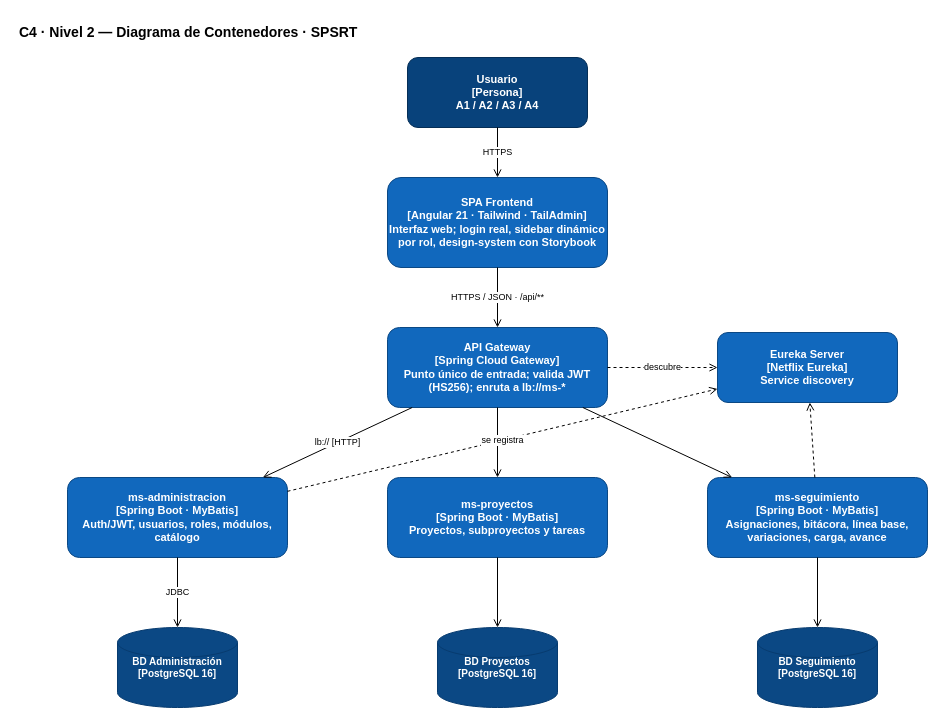
Earlier version of the draw.io diagram page "2. Contenedores" (2 of 7) of Docs/C4_Model/SPSRT_C4.drawio (tfm-missi-2026/orquestacion). Source tidied: cells renumbered, new cells numbered last; positions are measured from the earlier drawing's top-left corner, leaving out a move shared by most shapes. Both pictures are drawn from the tidied source at 100%, with x=0, y=0 at pixel (17, 17).
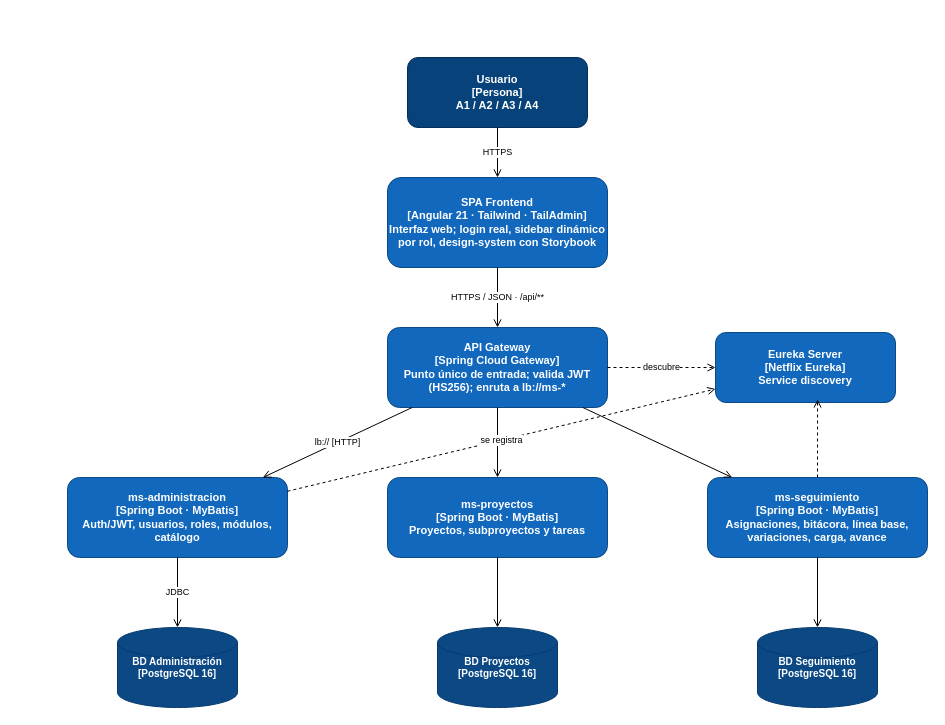
After the change.

The change refers to these unchanged cells:
```xml
<mxCell id="9" value="ms-seguimiento&lt;br&gt;[Spring Boot · MyBatis]&lt;br&gt;Asignaciones, bitácora, línea base, variaciones, carga, avance" style="rounded=1;whiteSpace=wrap;html=1;fillColor=#1168BD;strokeColor=#0B4884;fontColor=#FFFFFF;fontStyle=1;fontSize=11;" parent="1" vertex="1">
  <mxGeometry x="690" y="460" width="220" height="80" as="geometry" />
</mxCell>
```

Change to the diagram source:
```diff
@@
-    <mxCell id="2" value="C4 · Nivel 2 — Diagrama de Contenedores · SPSRT" style="text;html=1;strokeColor=none;fillColor=none;align=left;fontStyle=1;fontSize=14;" parent="1" vertex="1">
-      <mxGeometry width="500" height="24" as="geometry" />
-    </mxCell>
@@
     <mxCell id="6" value="Eureka Server&lt;br&gt;[Netflix Eureka]&lt;br&gt;Service discovery" style="rounded=1;whiteSpace=wrap;html=1;fillColor=#1168BD;strokeColor=#0B4884;fontColor=#FFFFFF;fontStyle=1;fontSize=11;" parent="1" vertex="1">
-      <mxGeometry x="700" y="315" width="180" height="70" as="geometry" />
+      <mxGeometry x="698" y="315" width="180" height="70" as="geometry" />
     </mxCell>
@@
-    <mxCell id="23" style="endArrow=open;html=1;fontSize=9;dashed=1;" parent="1" edge="1" source="9" target="6">
+    <mxCell id="23" style="endArrow=open;html=1;fontSize=9;dashed=1;entryX=0.567;entryY=0.957;entryDx=0;entryDy=0;entryPerimeter=0;" parent="1" edge="1" source="9" target="6">
       <mxGeometry relative="1" as="geometry" />
     </mxCell>
```
